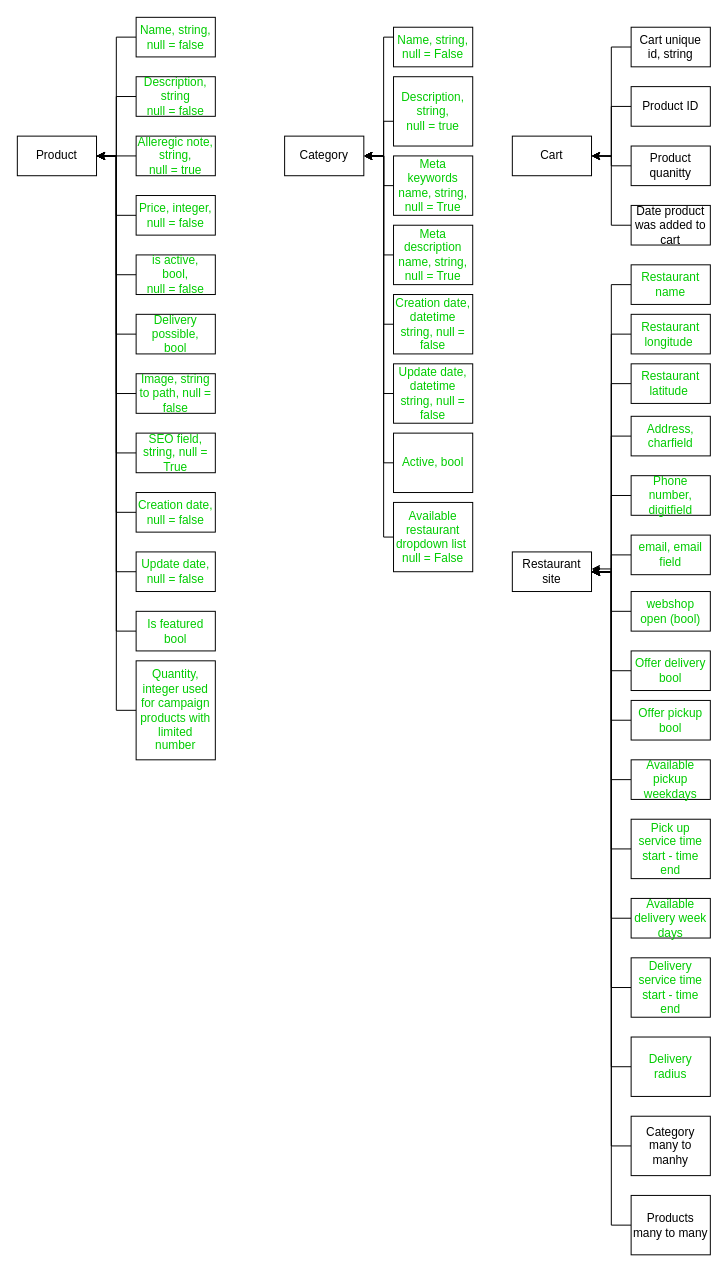
Before: Untitled Diagram.drawio in JianDk/HD_website, a draw.io diagram. Source tidied: cells renumbered, new cells numbered last; positions are measured from the earlier drawing's top-left corner, leaving out a move shared by most shapes. Both pictures are drawn from the tidied source at 99%, with x=0, y=0 at pixel (17, 17).
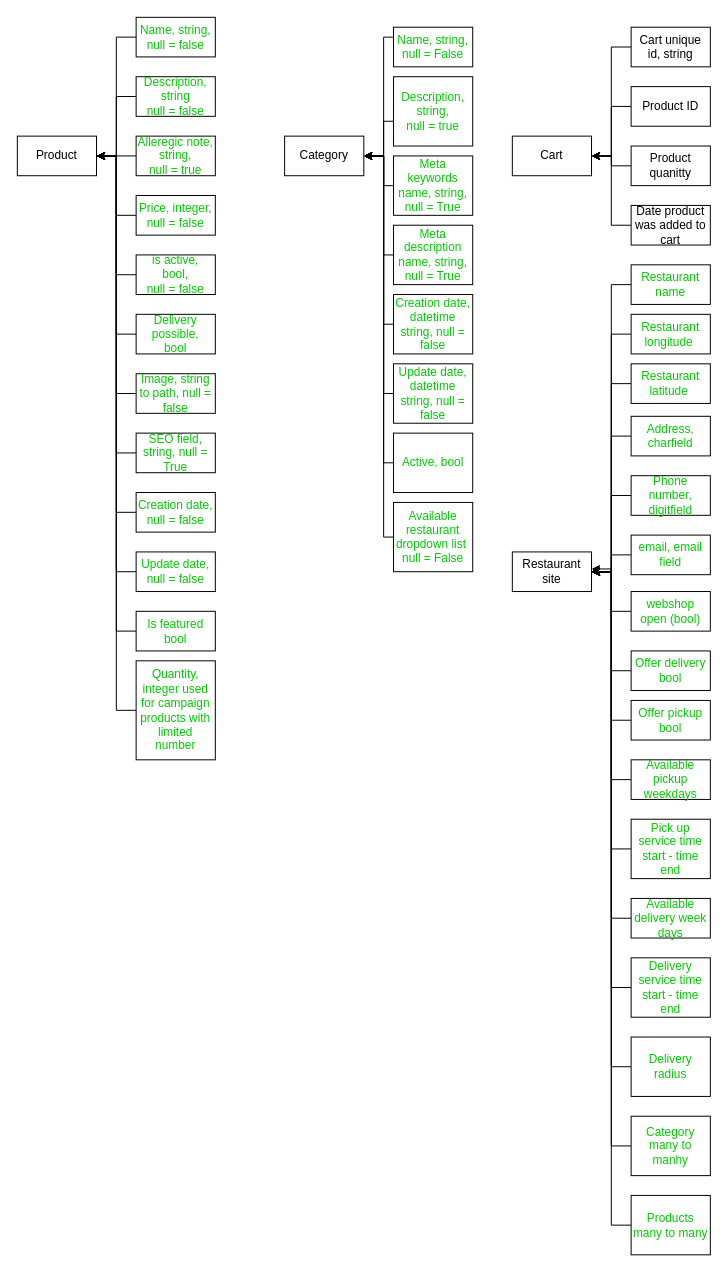
After the change.

The edit, as a diff of the source:
```diff
@@
-    <mxCell id="79" value="Category many to manhy" style="rounded=0;whiteSpace=wrap;html=1;" parent="1" vertex="1">
+    <mxCell id="79" value="&lt;font color=&quot;#00cc00&quot;&gt;Category many to manhy&lt;/font&gt;" style="rounded=0;whiteSpace=wrap;html=1;" parent="1" vertex="1">
       <mxGeometry x="620" y="1110" width="80" height="60" as="geometry" />
     </mxCell>
@@
-    <mxCell id="81" value="Products many to many" style="rounded=0;whiteSpace=wrap;html=1;" parent="1" vertex="1">
+    <mxCell id="81" value="&lt;font color=&quot;#00cc00&quot;&gt;Products many to many&lt;/font&gt;" style="rounded=0;whiteSpace=wrap;html=1;" parent="1" vertex="1">
       <mxGeometry x="620" y="1190" width="80" height="60" as="geometry" />
     </mxCell>
```
